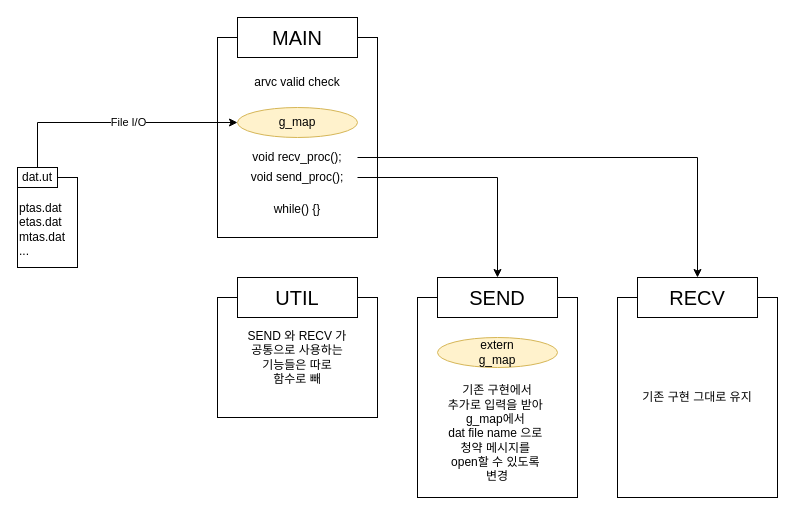
The draw.io diagram page "MQ_SIM" (2 of 2) of UPSF.drawio in JaeHyeon774/NEWTIL, before the edit. Source tidied: cells renumbered, new cells numbered last; positions are measured from the earlier drawing's top-left corner, leaving out a move shared by most shapes. Both pictures are drawn from the tidied source at 100%, with x=0, y=0 at pixel (17, 17).
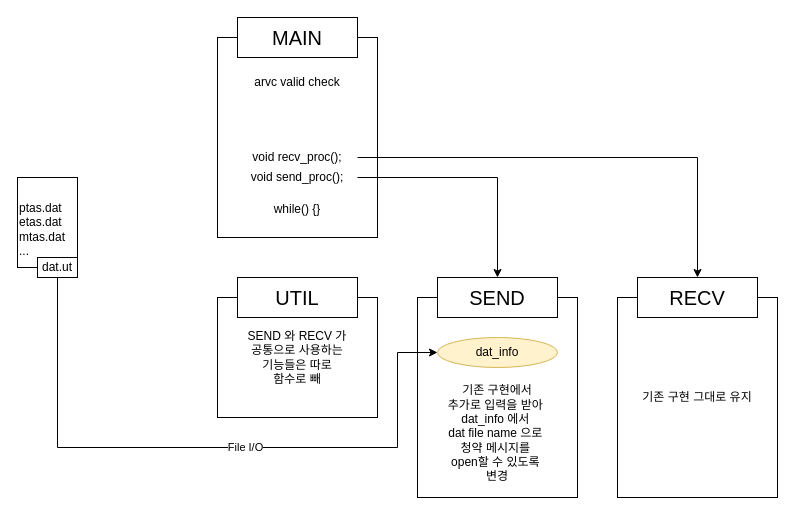
The same diagram, later.

What changed in the source:
```diff
@@
-    <mxCell id="3" value="&lt;div&gt;&lt;br&gt;&lt;/div&gt;&lt;div&gt;&lt;br&gt;&lt;/div&gt;&lt;div&gt;&lt;br&gt;&lt;/div&gt;&lt;div&gt;&lt;br&gt;&lt;/div&gt;&lt;div&gt;&lt;br&gt;&lt;/div&gt;기존 구현에서&lt;div&gt;추가로 입력을 받아&amp;nbsp;&lt;/div&gt;&lt;div&gt;g_map에서&amp;nbsp;&lt;/div&gt;&lt;div&gt;dat file name 으로&amp;nbsp;&lt;/div&gt;&lt;div&gt;청약 메시지를&amp;nbsp;&lt;/div&gt;&lt;div&gt;open할 수 있도록&amp;nbsp;&lt;/div&gt;&lt;div&gt;변경&lt;/div&gt;" style="rounded=0;whiteSpace=wrap;html=1;" parent="1" vertex="1">
+    <mxCell id="3" value="&lt;div&gt;&lt;br&gt;&lt;/div&gt;&lt;div&gt;&lt;br&gt;&lt;/div&gt;&lt;div&gt;&lt;br&gt;&lt;/div&gt;&lt;div&gt;&lt;br&gt;&lt;/div&gt;&lt;div&gt;&lt;br&gt;&lt;/div&gt;기존 구현에서&lt;div&gt;추가로 입력을 받아&amp;nbsp;&lt;/div&gt;&lt;div&gt;dat_info 에서&amp;nbsp;&lt;/div&gt;&lt;div&gt;dat file name 으로&amp;nbsp;&lt;/div&gt;&lt;div&gt;청약 메시지를&amp;nbsp;&lt;/div&gt;&lt;div&gt;open할 수 있도록&amp;nbsp;&lt;/div&gt;&lt;div&gt;변경&lt;/div&gt;" style="rounded=0;whiteSpace=wrap;html=1;" parent="1" vertex="1">
       <mxGeometry x="400" y="280" width="160" height="200" as="geometry" />
     </mxCell>
@@
-    <mxCell id="9" value="File I/O" style="edgeStyle=orthogonalEdgeStyle;rounded=0;jettySize=auto;html=1;exitX=0.5;exitY=0;exitDx=0;exitDy=0;entryX=0;entryY=0.5;entryDx=0;entryDy=0;" parent="1" edge="1" source="10" target="12">
-      <mxGeometry x="0.11" relative="1" as="geometry" />
+    <mxCell id="9" value="File I/O" style="edgeStyle=orthogonalEdgeStyle;rounded=0;jettySize=auto;html=1;exitX=0.5;exitY=1;exitDx=0;exitDy=0;entryX=0;entryY=0.5;entryDx=0;entryDy=0;" parent="1" edge="1" source="10" target="13">
+      <mxGeometry x="0.11" relative="1" as="geometry">
+        <Array as="points">
+          <mxPoint x="40" y="430" />
+          <mxPoint x="380" y="430" />
+          <mxPoint x="380" y="335" />
+        </Array>
+      </mxGeometry>
     </mxCell>
     <mxCell id="10" value="dat.ut" style="rounded=0;whiteSpace=wrap;html=1;" parent="1" vertex="1">
-      <mxGeometry y="150" width="40" height="20" as="geometry" />
+      <mxGeometry x="20" y="240" width="40" height="20" as="geometry" />
     </mxCell>
@@
-    <mxCell id="12" value="g_map" style="ellipse;whiteSpace=wrap;html=1;fillColor=#fff2cc;strokeColor=#d6b656;" parent="1" vertex="1">
-      <mxGeometry x="220" y="90" width="120" height="30" as="geometry" />
-    </mxCell>
-    <mxCell id="13" value="&lt;div&gt;extern&lt;/div&gt;g_map" style="ellipse;whiteSpace=wrap;html=1;fillColor=#fff2cc;strokeColor=#d6b656;" parent="1" vertex="1">
+    <mxCell id="13" value="&lt;div&gt;dat_info&lt;/div&gt;" style="ellipse;whiteSpace=wrap;html=1;fillColor=#fff2cc;strokeColor=#d6b656;" parent="1" vertex="1">
       <mxGeometry x="420" y="320" width="120" height="30" as="geometry" />
     </mxCell>
```
